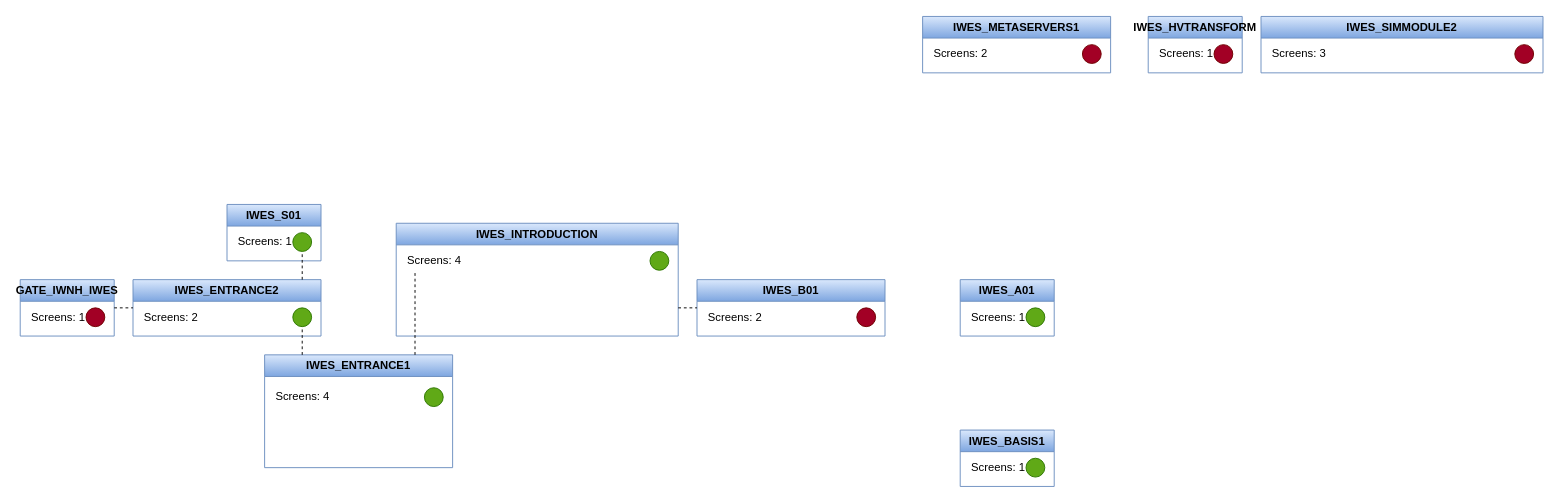
Before: page "Encapsulated Systems" (3 of 3) of bonus/Regions.drawio in TabbyFlux/Implicit-Worlds, a draw.io diagram. Source tidied: cells renumbered, new cells numbered last; positions are measured from the earlier drawing's top-left corner, leaving out a move shared by most shapes. Both pictures are drawn from the tidied source at 94%, with x=0, y=0 at pixel (20, 16).
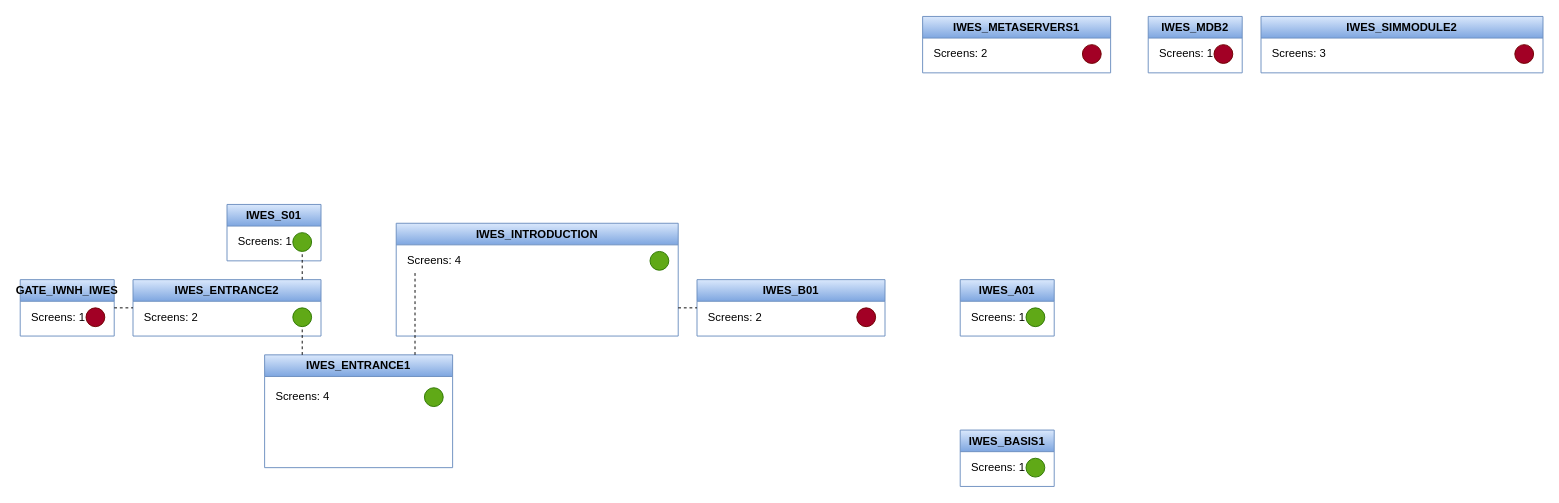
Above is the later version.

Diff of the diagram source:
```diff
@@
-    <mxCell id="26" value="IWES_HVTRANSFORM" style="swimlane;whiteSpace=wrap;html=1;fillColor=#dae8fc;gradientColor=#7ea6e0;strokeColor=#6c8ebf;" parent="1" vertex="1">
+    <mxCell id="26" value="IWES_MDB2" style="swimlane;whiteSpace=wrap;html=1;fillColor=#dae8fc;gradientColor=#7ea6e0;strokeColor=#6c8ebf;" parent="1" vertex="1">
       <mxGeometry x="1200" width="100" height="60" as="geometry" />
     </mxCell>
```
